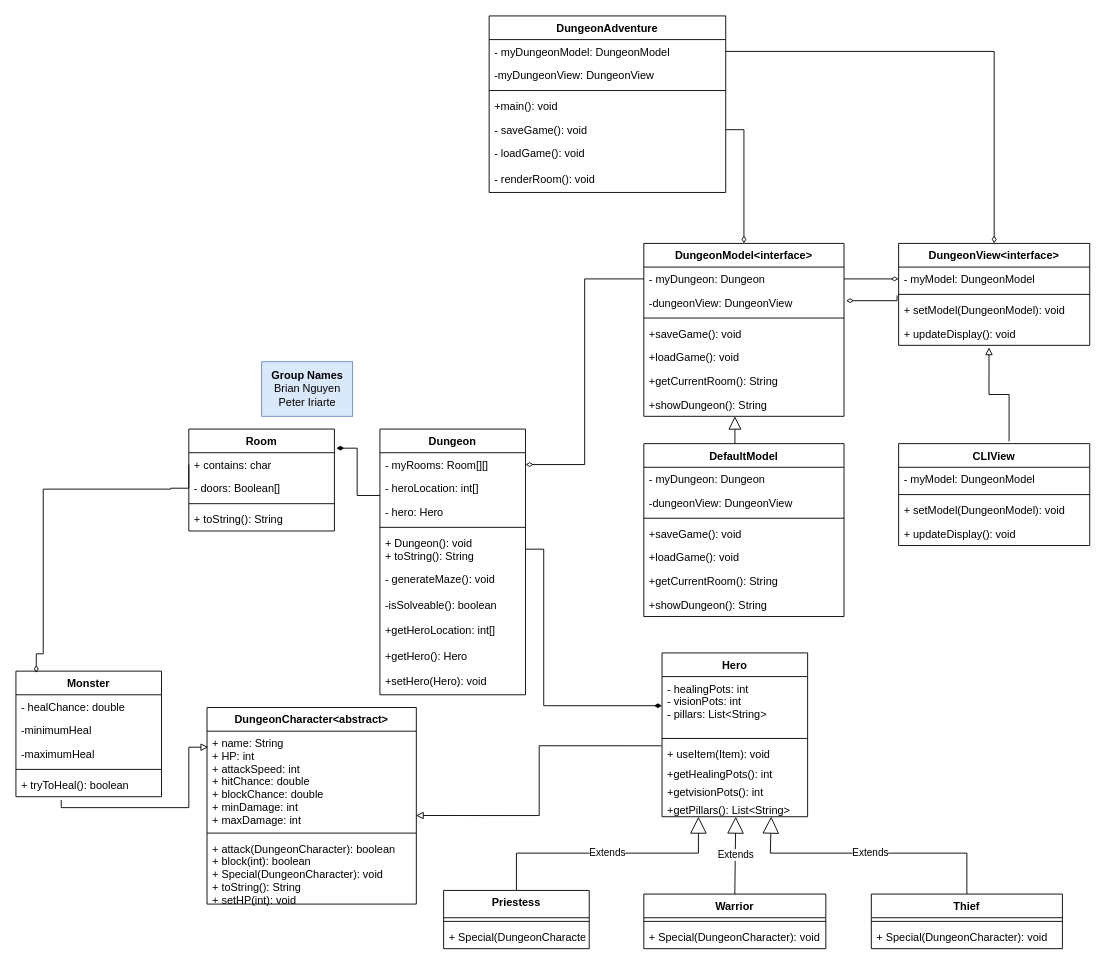
dapinkone/TCSS360DungeonAdventure keeps this draw.io diagram as Dungeon.drawio. Above is the earlier version. Source tidied: cells renumbered, new cells numbered last; positions are measured from the earlier drawing's top-left corner, leaving out a move shared by most shapes. Both pictures are drawn from the tidied source at 91%, with x=0, y=0 at pixel (15, 15).
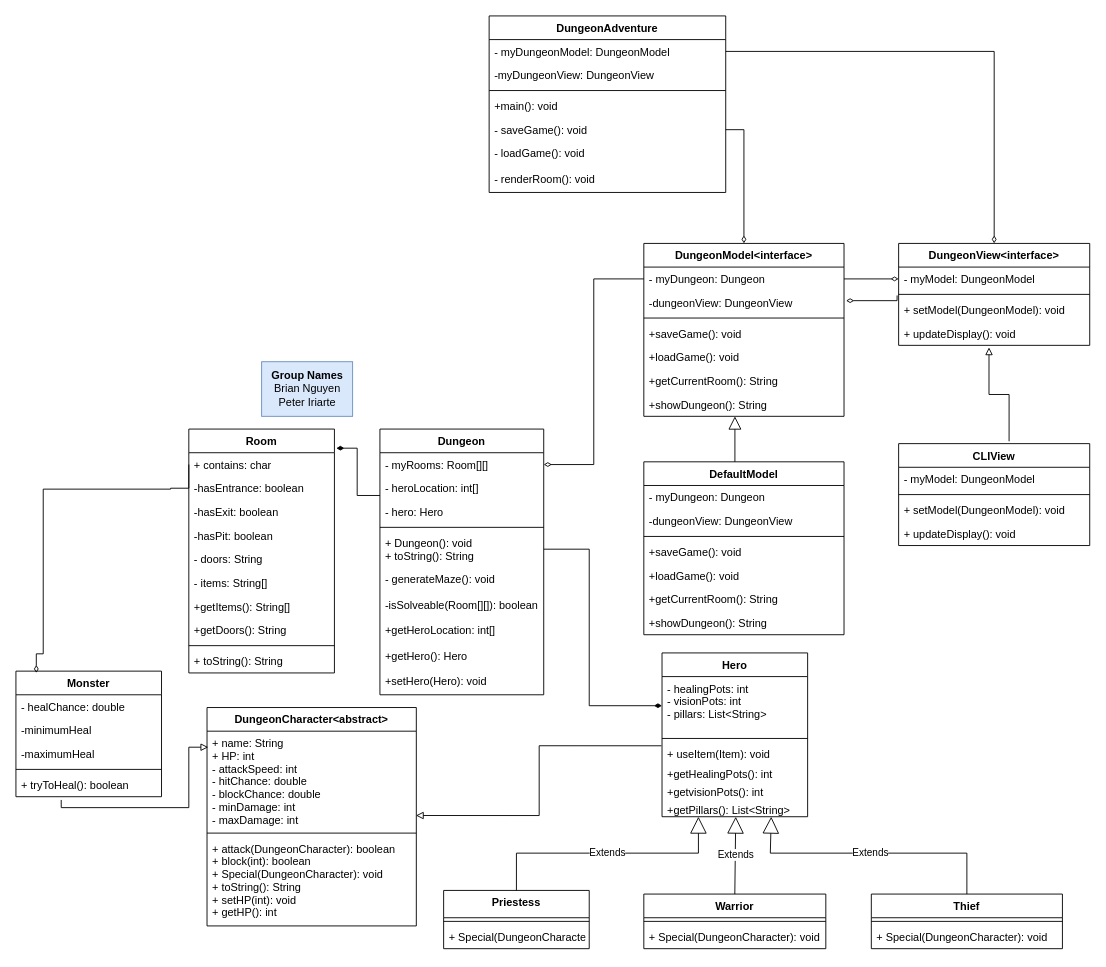
The same diagram, later.

Unchanged cells that the change refers to:
```xml
<mxCell id="13" value="- healingPots: int&#10;- visionPots: int&#10;- pillars: List&lt;String&gt;" style="text;strokeColor=none;fillColor=none;align=left;verticalAlign=top;spacingLeft=4;spacingRight=4;overflow=hidden;points=[[0,0.5],[1,0.5]];portConstraint=eastwest;" parent="12" vertex="1">
  <mxGeometry y="26" width="160" height="64" as="geometry" />
</mxCell>
```

Change to the diagram source:
```diff
@@
     <mxCell id="8" value="DungeonCharacter&lt;abstract&gt;" style="swimlane;fontStyle=1;align=center;verticalAlign=top;horizontal=1;startSize=26;" parent="1" vertex="1">
-      <mxGeometry x="210" y="760" width="230" height="216" as="geometry" />
+      <mxGeometry x="210" y="760" width="230" height="240" as="geometry" />
     </mxCell>
-    <mxCell id="9" value="+ name: String&#10;+ HP: int&#10;+ attackSpeed: int&#10;+ hitChance: double&#10;+ blockChance: double&#10;+ minDamage: int&#10;+ maxDamage: int&#10;&#10; " style="text;strokeColor=none;fillColor=none;align=left;verticalAlign=top;spacingLeft=4;spacingRight=4;overflow=hidden;points=[[0,0.5],[1,0.5]];portConstraint=eastwest;" parent="8" vertex="1">
+    <mxCell id="9" value="+ name: String&#10;+ HP: int&#10;- attackSpeed: int&#10;- hitChance: double&#10;- blockChance: double&#10;- minDamage: int&#10;- maxDamage: int&#10;&#10; " style="text;strokeColor=none;fillColor=none;align=left;verticalAlign=top;spacingLeft=4;spacingRight=4;overflow=hidden;points=[[0,0.5],[1,0.5]];portConstraint=eastwest;" parent="8" vertex="1">
       <mxGeometry y="26" width="230" height="108" as="geometry" />
     </mxCell>
@@
-    <mxCell id="11" value="+ attack(DungeonCharacter): boolean&#10;+ block(int): boolean&#10;+ Special(DungeonCharacter): void&#10;+ toString(): String&#10;+ setHP(int): void" style="text;strokeColor=none;fillColor=none;align=left;verticalAlign=top;spacingLeft=4;spacingRight=4;overflow=hidden;" parent="8" vertex="1">
-      <mxGeometry y="142" width="230" height="74" as="geometry" />
+    <mxCell id="11" value="+ attack(DungeonCharacter): boolean&#10;+ block(int): boolean&#10;+ Special(DungeonCharacter): void&#10;+ toString(): String&#10;+ setHP(int): void&#10;+ getHP(): int&#10;" style="text;strokeColor=none;fillColor=none;align=left;verticalAlign=top;spacingLeft=4;spacingRight=4;overflow=hidden;" parent="8" vertex="1">
+      <mxGeometry y="142" width="230" height="98" as="geometry" />
     </mxCell>
@@
     <mxCell id="33" value="Dungeon&#10;" style="swimlane;fontStyle=1;align=center;verticalAlign=top;horizontal=1;startSize=26;" parent="1" vertex="1">
-      <mxGeometry x="400" y="454" width="160" height="292" as="geometry" />
+      <mxGeometry x="400" y="454" width="180" height="292" as="geometry" />
     </mxCell>
     <mxCell id="34" value="- myRooms: Room[][]" style="text;strokeColor=none;fillColor=none;align=left;verticalAlign=top;spacingLeft=4;spacingRight=4;overflow=hidden;points=[[0,0.5],[1,0.5]];portConstraint=eastwest;" parent="33" vertex="1">
-      <mxGeometry y="26" width="160" height="26" as="geometry" />
+      <mxGeometry y="26" width="180" height="26" as="geometry" />
     </mxCell>
     <mxCell id="35" value="- heroLocation: int[]" style="text;strokeColor=none;fillColor=none;align=left;verticalAlign=top;spacingLeft=4;spacingRight=4;overflow=hidden;" parent="33" vertex="1">
-      <mxGeometry y="52" width="160" height="26" as="geometry" />
+      <mxGeometry y="52" width="180" height="26" as="geometry" />
     </mxCell>
     <mxCell id="36" value="- hero: Hero" style="text;strokeColor=none;fillColor=none;align=left;verticalAlign=top;spacingLeft=4;spacingRight=4;overflow=hidden;" parent="33" vertex="1">
-      <mxGeometry y="78" width="160" height="26" as="geometry" />
+      <mxGeometry y="78" width="180" height="26" as="geometry" />
     </mxCell>
     <mxCell id="37" style="line;strokeWidth=1;fillColor=none;align=left;verticalAlign=middle;spacingTop=-1;spacingLeft=3;spacingRight=3;labelPosition=right;strokeColor=inherit;" parent="33" vertex="1">
-      <mxGeometry y="104" width="160" height="8" as="geometry" />
+      <mxGeometry y="104" width="180" height="8" as="geometry" />
     </mxCell>
     <mxCell id="38" value="+ Dungeon(): void&#10;+ toString(): String" style="text;strokeColor=none;fillColor=none;align=left;verticalAlign=top;spacingLeft=4;spacingRight=4;overflow=hidden;points=[[0,0.5],[1,0.5]];portConstraint=eastwest;" parent="33" vertex="1">
-      <mxGeometry y="112" width="160" height="40" as="geometry" />
+      <mxGeometry y="112" width="180" height="40" as="geometry" />
     </mxCell>
     <mxCell id="39" value="- generateMaze(): void" style="text;strokeColor=none;fillColor=none;align=left;verticalAlign=top;spacingLeft=4;spacingRight=4;overflow=hidden;" parent="33" vertex="1">
-      <mxGeometry y="152" width="160" height="28" as="geometry" />
+      <mxGeometry y="152" width="180" height="28" as="geometry" />
     </mxCell>
-    <mxCell id="40" value="-isSolveable(): boolean" style="text;strokeColor=none;fillColor=none;align=left;verticalAlign=top;spacingLeft=4;spacingRight=4;overflow=hidden;" parent="33" vertex="1">
-      <mxGeometry y="180" width="160" height="28" as="geometry" />
+    <mxCell id="40" value="-isSolveable(Room[][]): boolean" style="text;strokeColor=none;fillColor=none;align=left;verticalAlign=top;spacingLeft=4;spacingRight=4;overflow=hidden;" parent="33" vertex="1">
+      <mxGeometry y="180" width="180" height="28" as="geometry" />
     </mxCell>
     <mxCell id="41" value="+getHeroLocation: int[]" style="text;strokeColor=none;fillColor=none;align=left;verticalAlign=top;spacingLeft=4;spacingRight=4;overflow=hidden;" parent="33" vertex="1">
-      <mxGeometry y="208" width="160" height="28" as="geometry" />
+      <mxGeometry y="208" width="180" height="28" as="geometry" />
     </mxCell>
     <mxCell id="42" value="+getHero(): Hero" style="text;strokeColor=none;fillColor=none;align=left;verticalAlign=top;spacingLeft=4;spacingRight=4;overflow=hidden;" parent="33" vertex="1">
-      <mxGeometry y="236" width="160" height="28" as="geometry" />
+      <mxGeometry y="236" width="180" height="28" as="geometry" />
     </mxCell>
     <mxCell id="43" value="+setHero(Hero): void" style="text;strokeColor=none;fillColor=none;align=left;verticalAlign=top;spacingLeft=4;spacingRight=4;overflow=hidden;" parent="33" vertex="1">
-      <mxGeometry y="264" width="160" height="28" as="geometry" />
+      <mxGeometry y="264" width="180" height="28" as="geometry" />
     </mxCell>
     <mxCell id="44" value="Room" style="swimlane;fontStyle=1;align=center;verticalAlign=top;horizontal=1;startSize=26;" parent="1" vertex="1">
-      <mxGeometry x="190" y="454" width="160" height="112" as="geometry" />
+      <mxGeometry x="190" y="454" width="160" height="268" as="geometry" />
     </mxCell>
@@
+    <mxCell id="94" value="-hasEntrance: boolean" style="text;strokeColor=none;fillColor=none;align=left;verticalAlign=top;spacingLeft=4;spacingRight=4;overflow=hidden;" parent="44" vertex="1">
+      <mxGeometry y="52" width="160" height="26" as="geometry" />
+    </mxCell>
+    <mxCell id="95" value="-hasExit: boolean" style="text;strokeColor=none;fillColor=none;align=left;verticalAlign=top;spacingLeft=4;spacingRight=4;overflow=hidden;" parent="44" vertex="1">
+      <mxGeometry y="78" width="160" height="26" as="geometry" />
+    </mxCell>
+    <mxCell id="96" value="-hasPit: boolean" style="text;strokeColor=none;fillColor=none;align=left;verticalAlign=top;spacingLeft=4;spacingRight=4;overflow=hidden;" parent="44" vertex="1">
+      <mxGeometry y="104" width="160" height="26" as="geometry" />
+    </mxCell>
-    <mxCell id="46" value="- doors: Boolean[]" style="text;strokeColor=none;fillColor=none;align=left;verticalAlign=top;spacingLeft=4;spacingRight=4;overflow=hidden;" parent="44" vertex="1">
-      <mxGeometry y="52" width="160" height="26" as="geometry" />
+    <mxCell id="46" value="- doors: String" style="text;strokeColor=none;fillColor=none;align=left;verticalAlign=top;spacingLeft=4;spacingRight=4;overflow=hidden;" parent="44" vertex="1">
+      <mxGeometry y="130" width="160" height="26" as="geometry" />
     </mxCell>
+    <mxCell id="97" value="- items: String[]" style="text;strokeColor=none;fillColor=none;align=left;verticalAlign=top;spacingLeft=4;spacingRight=4;overflow=hidden;" parent="44" vertex="1">
+      <mxGeometry y="156" width="160" height="26" as="geometry" />
+    </mxCell>
+    <mxCell id="98" value="+getItems(): String[]" style="text;strokeColor=none;fillColor=none;align=left;verticalAlign=top;spacingLeft=4;spacingRight=4;overflow=hidden;" parent="44" vertex="1">
+      <mxGeometry y="182" width="160" height="26" as="geometry" />
+    </mxCell>
+    <mxCell id="99" value="+getDoors(): String" style="text;strokeColor=none;fillColor=none;align=left;verticalAlign=top;spacingLeft=4;spacingRight=4;overflow=hidden;" parent="44" vertex="1">
+      <mxGeometry y="208" width="160" height="26" as="geometry" />
+    </mxCell>
     <mxCell id="47" style="line;strokeWidth=1;fillColor=none;align=left;verticalAlign=middle;spacingTop=-1;spacingLeft=3;spacingRight=3;labelPosition=right;strokeColor=inherit;" parent="44" vertex="1">
-      <mxGeometry y="78" width="160" height="8" as="geometry" />
+      <mxGeometry y="234" width="160" height="8" as="geometry" />
     </mxCell>
     <mxCell id="48" value="+ toString(): String" style="text;strokeColor=none;fillColor=none;align=left;verticalAlign=top;spacingLeft=4;spacingRight=4;overflow=hidden;" parent="44" vertex="1">
-      <mxGeometry y="86" width="160" height="26" as="geometry" />
+      <mxGeometry y="242" width="160" height="26" as="geometry" />
     </mxCell>
@@
     <mxCell id="60" style="edgeStyle=orthogonalEdgeStyle;rounded=0;jettySize=auto;html=1;exitX=1;exitY=0.5;exitDx=0;exitDy=0;entryX=0;entryY=0.5;entryDx=0;entryDy=0;startArrow=none;startFill=0;endArrow=diamondThin;endFill=1;" parent="1" edge="1" source="38" target="13">
       <mxGeometry relative="1" as="geometry">
         <Array as="points">
-          <mxPoint x="580" y="586" />
-          <mxPoint x="580" y="758" />
+          <mxPoint x="630" y="586" />
+          <mxPoint x="630" y="758" />
         </Array>
       </mxGeometry>
     </mxCell>
@@
     <mxCell id="79" value="DefaultModel&#10;" style="swimlane;fontStyle=1;align=center;verticalAlign=top;horizontal=1;startSize=26;" parent="1" vertex="1">
-      <mxGeometry x="690" y="470" width="220" height="190" as="geometry" />
+      <mxGeometry x="690" y="490" width="220" height="190" as="geometry" />
     </mxCell>
```
